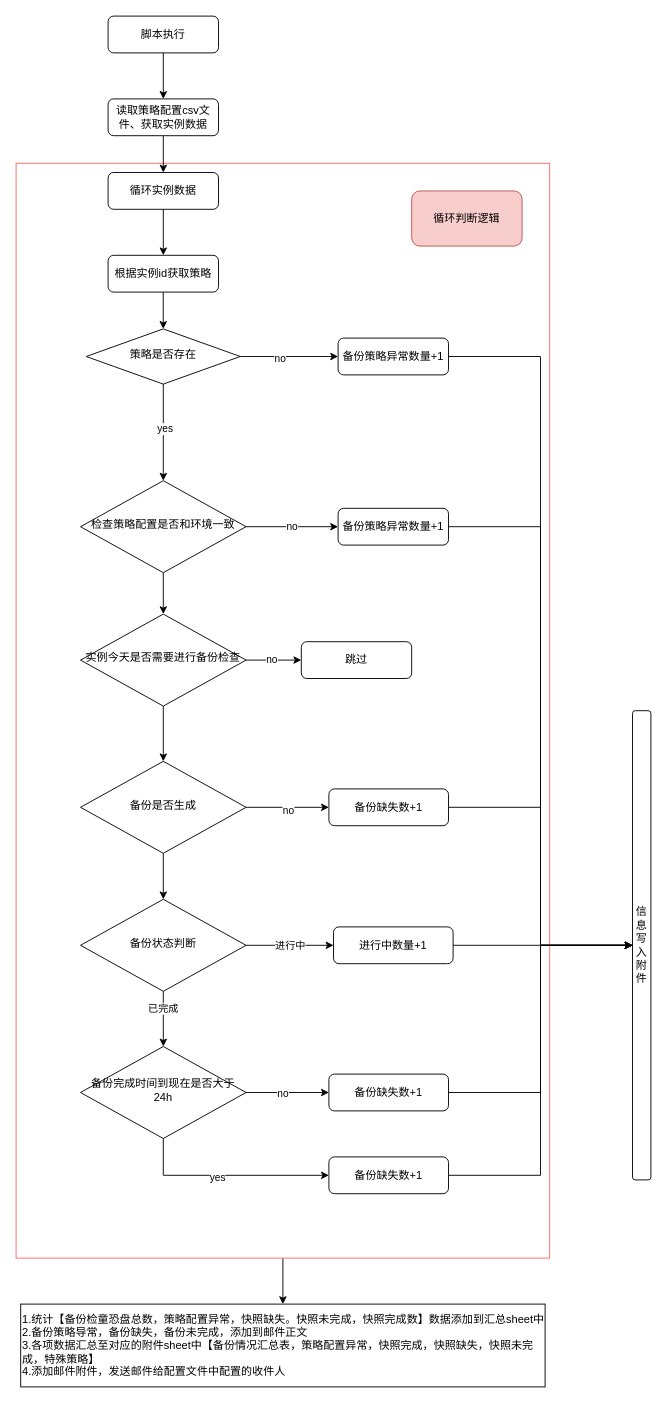
a744740454/tools keeps this draw.io diagram as oss备份脚本检查逻辑.drawio. Above is the earlier version. Source tidied: cells renumbered, new cells numbered last; positions are measured from the earlier drawing's top-left corner, leaving out a move shared by most shapes. Both pictures are drawn from the tidied source at 92%, with x=0, y=0 at pixel (16, 16).
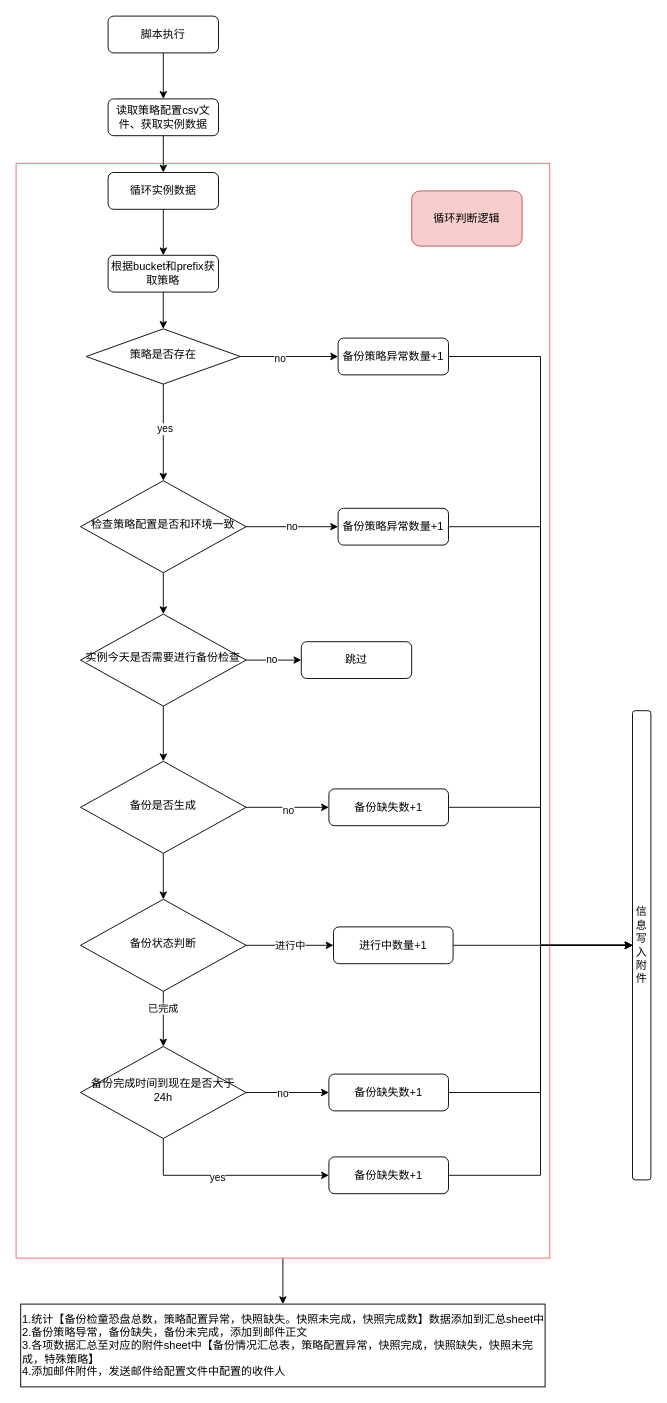
After the change.

Commit message:
更新oss备份脚本检查逻辑.drawio

What changed in the source:
```diff
@@
-    <mxCell id="39" value="根据实例id获取策略" style="rounded=1;whiteSpace=wrap;html=1;fontSize=12;glass=0;strokeWidth=1;shadow=0;" parent="1" vertex="1">
+    <mxCell id="39" value="根据bucket和prefix获取策略" style="rounded=1;whiteSpace=wrap;html=1;fontSize=12;glass=0;strokeWidth=1;shadow=0;" parent="1" vertex="1">
       <mxGeometry x="100" y="260" width="120" height="40" as="geometry" />
     </mxCell>
```
